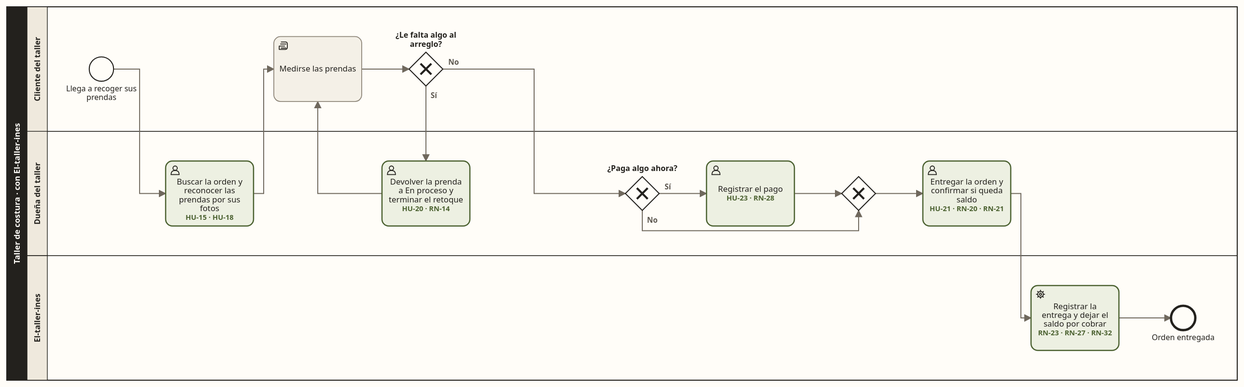
Before: docs/01-problema/procesos/propuesto-3-entrega-y-cobro.svg, a diagram exported from BPMN (Aryannext/El-taller-ines). Its source is kept beside it as docs/01-problema/procesos/propuesto-3-entrega-y-cobro.bpmn. Ids are renumbered.
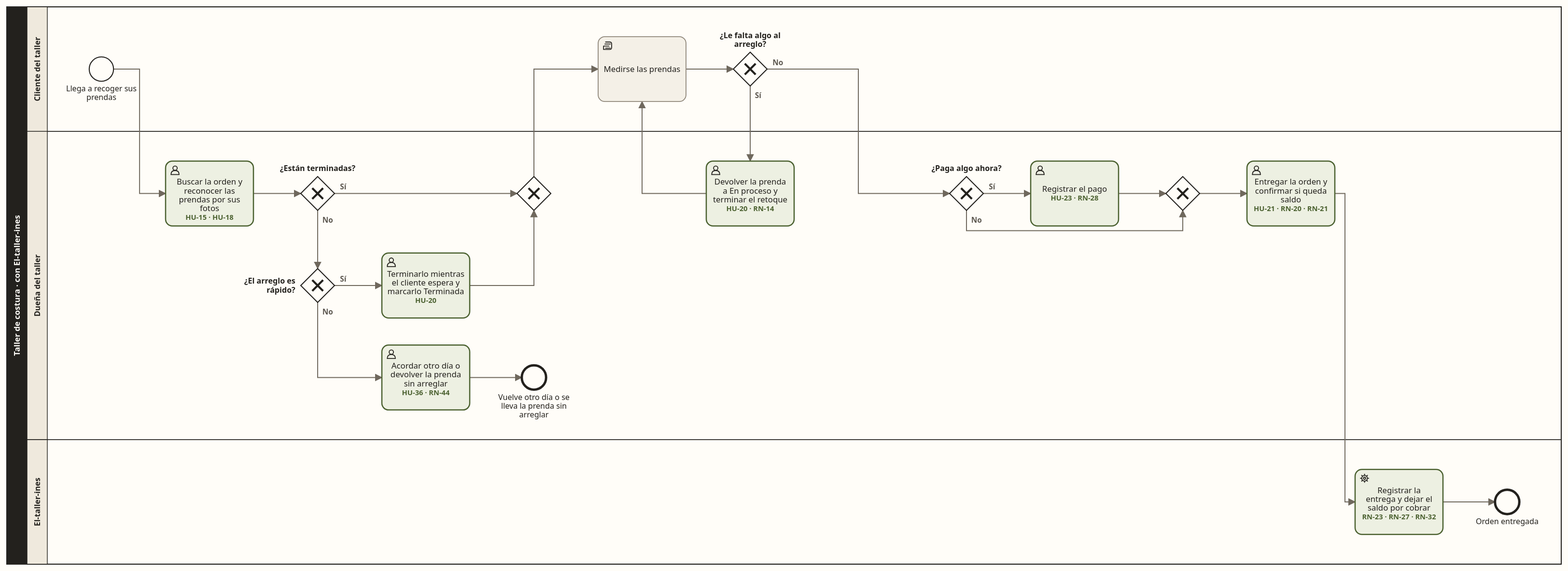
Above is the later version.

The edit, as a diff of the source:
```diff
@@ -11,6 +11,12 @@
       </bpmn:lane>
       <bpmn:lane id="Carril_duena" name="Dueña del taller">
         <bpmn:flowNodeRef>busca</bpmn:flowNodeRef>
+        <bpmn:flowNodeRef>terminadas</bpmn:flowNodeRef>
+        <bpmn:flowNodeRef>rapido</bpmn:flowNodeRef>
+        <bpmn:flowNodeRef>espera</bpmn:flowNodeRef>
+        <bpmn:flowNodeRef>otro_dia</bpmn:flowNodeRef>
+        <bpmn:flowNodeRef>sin_prenda</bpmn:flowNodeRef>
+        <bpmn:flowNodeRef>une</bpmn:flowNodeRef>
         <bpmn:flowNodeRef>retoque</bpmn:flowNodeRef>
         <bpmn:flowNodeRef>paga</bpmn:flowNodeRef>
         <bpmn:flowNodeRef>pago</bpmn:flowNodeRef>
@@ -30,75 +36,110 @@
       <bpmn:incoming>Flujo_0</bpmn:incoming>
       <bpmn:outgoing>Flujo_1</bpmn:outgoing>
     </bpmn:userTask>
+    <bpmn:exclusiveGateway id="terminadas" name="¿Están terminadas?">
+      <bpmn:incoming>Flujo_1</bpmn:incoming>
+      <bpmn:outgoing>Flujo_2</bpmn:outgoing>
+      <bpmn:outgoing>Flujo_3</bpmn:outgoing>
+    </bpmn:exclusiveGateway>
+    <bpmn:exclusiveGateway id="rapido" name="¿El arreglo es rápido?">
+      <bpmn:incoming>Flujo_3</bpmn:incoming>
+      <bpmn:outgoing>Flujo_4</bpmn:outgoing>
+      <bpmn:outgoing>Flujo_5</bpmn:outgoing>
+    </bpmn:exclusiveGateway>
+    <bpmn:userTask id="espera" name="Terminarlo mientras el cliente espera y marcarlo Terminada&#10;HU-20">
+      <bpmn:documentation>HU-20</bpmn:documentation>
+      <bpmn:incoming>Flujo_4</bpmn:incoming>
+      <bpmn:outgoing>Flujo_6</bpmn:outgoing>
+    </bpmn:userTask>
+    <bpmn:userTask id="otro_dia" name="Acordar otro día o devolver la prenda sin arreglar&#10;HU-36 · RN-44">
+      <bpmn:documentation>HU-36 · RN-44</bpmn:documentation>
+      <bpmn:incoming>Flujo_5</bpmn:incoming>
+      <bpmn:outgoing>Flujo_7</bpmn:outgoing>
+    </bpmn:userTask>
+    <bpmn:endEvent id="sin_prenda" name="Vuelve otro día o se lleva la prenda sin arreglar">
+      <bpmn:incoming>Flujo_7</bpmn:incoming>
+    </bpmn:endEvent>
+    <bpmn:exclusiveGateway id="une">
+      <bpmn:incoming>Flujo_2</bpmn:incoming>
+      <bpmn:incoming>Flujo_6</bpmn:incoming>
+      <bpmn:outgoing>Flujo_8</bpmn:outgoing>
+    </bpmn:exclusiveGateway>
     <bpmn:manualTask id="mide" name="Medirse las prendas">
-      <bpmn:incoming>Flujo_1</bpmn:incoming>
-      <bpmn:incoming>Flujo_4</bpmn:incoming>
-      <bpmn:outgoing>Flujo_2</bpmn:outgoing>
+      <bpmn:incoming>Flujo_8</bpmn:incoming>
+      <bpmn:incoming>Flujo_11</bpmn:incoming>
+      <bpmn:outgoing>Flujo_9</bpmn:outgoing>
     </bpmn:manualTask>
     <bpmn:exclusiveGateway id="falta" name="¿Le falta algo al arreglo?">
-      <bpmn:incoming>Flujo_2</bpmn:incoming>
-      <bpmn:outgoing>Flujo_3</bpmn:outgoing>
-      <bpmn:outgoing>Flujo_5</bpmn:outgoing>
+      <bpmn:incoming>Flujo_9</bpmn:incoming>
+      <bpmn:outgoing>Flujo_10</bpmn:outgoing>
+      <bpmn:outgoing>Flujo_12</bpmn:outgoing>
     </bpmn:exclusiveGateway>
     <bpmn:userTask id="retoque" name="Devolver la prenda a En proceso y terminar el retoque&#10;HU-20 · RN-14">
       <bpmn:documentation>HU-20 · RN-14</bpmn:documentation>
-      <bpmn:incoming>Flujo_3</bpmn:incoming>
-      <bpmn:outgoing>Flujo_4</bpmn:outgoing>
+      <bpmn:incoming>Flujo_10</bpmn:incoming>
+      <bpmn:outgoing>Flujo_11</bpmn:outgoing>
     </bpmn:userTask>
     <bpmn:exclusiveGateway id="paga" name="¿Paga algo ahora?">
-      <bpmn:incoming>Flujo_5</bpmn:incoming>
-      <bpmn:outgoing>Flujo_6</bpmn:outgoing>
-      <bpmn:outgoing>Flujo_7</bpmn:outgoing>
+      <bpmn:incoming>Flujo_12</bpmn:incoming>
+      <bpmn:outgoing>Flujo_13</bpmn:outgoing>
+      <bpmn:outgoing>Flujo_14</bpmn:outgoing>
     </bpmn:exclusiveGateway>
     <bpmn:userTask id="pago" name="Registrar el pago&#10;HU-23 · RN-28">
       <bpmn:documentation>HU-23 · RN-28</bpmn:documentation>
-      <bpmn:incoming>Flujo_6</bpmn:incoming>
-      <bpmn:outgoing>Flujo_8</bpmn:outgoing>
+      <bpmn:incoming>Flujo_13</bpmn:incoming>
+      <bpmn:outgoing>Flujo_15</bpmn:outgoing>
     </bpmn:userTask>
     <bpmn:exclusiveGateway id="une_pago">
-      <bpmn:incoming>Flujo_7</bpmn:incoming>
-      <bpmn:incoming>Flujo_8</bpmn:incoming>
-      <bpmn:outgoing>Flujo_9</bpmn:outgoing>
+      <bpmn:incoming>Flujo_14</bpmn:incoming>
+      <bpmn:incoming>Flujo_15</bpmn:incoming>
+      <bpmn:outgoing>Flujo_16</bpmn:outgoing>
     </bpmn:exclusiveGateway>
     <bpmn:userTask id="entrega" name="Entregar la orden y confirmar si queda saldo&#10;HU-21 · RN-20 · RN-21">
       <bpmn:documentation>HU-21 · RN-20 · RN-21</bpmn:documentation>
-      <bpmn:incoming>Flujo_9</bpmn:incoming>
-      <bpmn:outgoing>Flujo_10</bpmn:outgoing>
+      <bpmn:incoming>Flujo_16</bpmn:incoming>
+      <bpmn:outgoing>Flujo_17</bpmn:outgoing>
     </bpmn:userTask>
     <bpmn:serviceTask id="registra" name="Registrar la entrega y dejar el saldo por cobrar&#10;RN-23 · RN-27 · RN-32">
       <bpmn:documentation>RN-23 · RN-27 · RN-32</bpmn:documentation>
-      <bpmn:incoming>Flujo_10</bpmn:incoming>
-      <bpmn:outgoing>Flujo_11</bpmn:outgoing>
+      <bpmn:incoming>Flujo_17</bpmn:incoming>
+      <bpmn:outgoing>Flujo_18</bpmn:outgoing>
     </bpmn:serviceTask>
     <bpmn:endEvent id="fin" name="Orden entregada">
-      <bpmn:incoming>Flujo_11</bpmn:incoming>
+      <bpmn:incoming>Flujo_18</bpmn:incoming>
     </bpmn:endEvent>
     <bpmn:sequenceFlow id="Flujo_0" sourceRef="llega" targetRef="busca" />
-    <bpmn:sequenceFlow id="Flujo_1" sourceRef="busca" targetRef="mide" />
-    <bpmn:sequenceFlow id="Flujo_2" sourceRef="mide" targetRef="falta" />
-    <bpmn:sequenceFlow id="Flujo_3" name="Sí" sourceRef="falta" targetRef="retoque" />
-    <bpmn:sequenceFlow id="Flujo_4" sourceRef="retoque" targetRef="mide" />
-    <bpmn:sequenceFlow id="Flujo_5" name="No" sourceRef="falta" targetRef="paga" />
-    <bpmn:sequenceFlow id="Flujo_6" name="Sí" sourceRef="paga" targetRef="pago" />
-    <bpmn:sequenceFlow id="Flujo_7" name="No" sourceRef="paga" targetRef="une_pago" />
-    <bpmn:sequenceFlow id="Flujo_8" sourceRef="pago" targetRef="une_pago" />
-    <bpmn:sequenceFlow id="Flujo_9" sourceRef="une_pago" targetRef="entrega" />
-    <bpmn:sequenceFlow id="Flujo_10" sourceRef="entrega" targetRef="registra" />
-    <bpmn:sequenceFlow id="Flujo_11" sourceRef="registra" targetRef="fin" />
+    <bpmn:sequenceFlow id="Flujo_1" sourceRef="busca" targetRef="terminadas" />
+    <bpmn:sequenceFlow id="Flujo_2" name="Sí" sourceRef="terminadas" targetRef="une" />
+    <bpmn:sequenceFlow id="Flujo_3" name="No" sourceRef="terminadas" targetRef="rapido" />
+    <bpmn:sequenceFlow id="Flujo_4" name="Sí" sourceRef="rapido" targetRef="espera" />
+    <bpmn:sequenceFlow id="Flujo_5" name="No" sourceRef="rapido" targetRef="otro_dia" />
+    <bpmn:sequenceFlow id="Flujo_6" sourceRef="espera" targetRef="une" />
+    <bpmn:sequenceFlow id="Flujo_7" sourceRef="otro_dia" targetRef="sin_prenda" />
+    <bpmn:sequenceFlow id="Flujo_8" sourceRef="une" targetRef="mide" />
+    <bpmn:sequenceFlow id="Flujo_9" sourceRef="mide" targetRef="falta" />
+    <bpmn:sequenceFlow id="Flujo_10" name="Sí" sourceRef="falta" targetRef="retoque" />
+    <bpmn:sequenceFlow id="Flujo_11" sourceRef="retoque" targetRef="mide" />
+    <bpmn:sequenceFlow id="Flujo_12" name="No" sourceRef="falta" targetRef="paga" />
+    <bpmn:sequenceFlow id="Flujo_13" name="Sí" sourceRef="paga" targetRef="pago" />
+    <bpmn:sequenceFlow id="Flujo_14" name="No" sourceRef="paga" targetRef="une_pago" />
+    <bpmn:sequenceFlow id="Flujo_15" sourceRef="pago" targetRef="une_pago" />
+    <bpmn:sequenceFlow id="Flujo_16" sourceRef="une_pago" targetRef="entrega" />
+    <bpmn:sequenceFlow id="Flujo_17" sourceRef="entrega" targetRef="registra" />
+    <bpmn:sequenceFlow id="Flujo_18" sourceRef="registra" targetRef="fin" />
   </bpmn:process>
   <bpmndi:BPMNDiagram id="Diagrama">
     <bpmndi:BPMNPlane id="Plano" bpmnElement="Colaboracion">
       <bpmndi:BPMNShape id="Participante_di" bpmnElement="Participante" isHorizontal="true">
-        <dc:Bounds x="10" y="10" width="1820" height="552" />
+        <dc:Bounds x="10" y="10" width="2300" height="824" />
       </bpmndi:BPMNShape>
       <bpmndi:BPMNShape id="Carril_cliente_di" bpmnElement="Carril_cliente" isHorizontal="true">
-        <dc:Bounds x="40" y="10" width="1790" height="184" />
+        <dc:Bounds x="40" y="10" width="2270" height="184" />
       </bpmndi:BPMNShape>
       <bpmndi:BPMNShape id="Carril_duena_di" bpmnElement="Carril_duena" isHorizontal="true">
-        <dc:Bounds x="40" y="194" width="1790" height="184" />
+        <dc:Bounds x="40" y="194" width="2270" height="456" />
       </bpmndi:BPMNShape>
       <bpmndi:BPMNShape id="Carril_sistema_di" bpmnElement="Carril_sistema" isHorizontal="true">
-        <dc:Bounds x="40" y="378" width="1790" height="184" />
+        <dc:Bounds x="40" y="650" width="2270" height="184" />
       </bpmndi:BPMNShape>
       <bpmndi:BPMNShape id="llega_di" bpmnElement="llega">
         <dc:Bounds x="132" y="84" width="36" height="36" />
@@ -106,32 +147,50 @@
       <bpmndi:BPMNShape id="busca_di" bpmnElement="busca">
         <dc:Bounds x="245" y="238" width="130" height="96" />
       </bpmndi:BPMNShape>
+      <bpmndi:BPMNShape id="terminadas_di" bpmnElement="terminadas" isMarkerVisible="true">
+        <dc:Bounds x="445" y="261" width="50" height="50" />
+      </bpmndi:BPMNShape>
+      <bpmndi:BPMNShape id="rapido_di" bpmnElement="rapido" isMarkerVisible="true">
+        <dc:Bounds x="445" y="397" width="50" height="50" />
+      </bpmndi:BPMNShape>
+      <bpmndi:BPMNShape id="espera_di" bpmnElement="espera">
+        <dc:Bounds x="565" y="374" width="130" height="96" />
+      </bpmndi:BPMNShape>
+      <bpmndi:BPMNShape id="otro_dia_di" bpmnElement="otro_dia">
+        <dc:Bounds x="565" y="510" width="130" height="96" />
+      </bpmndi:BPMNShape>
+      <bpmndi:BPMNShape id="sin_prenda_di" bpmnElement="sin_prenda">
+        <dc:Bounds x="772" y="540" width="36" height="36" />
+      </bpmndi:BPMNShape>
+      <bpmndi:BPMNShape id="une_di" bpmnElement="une" isMarkerVisible="true">
+        <dc:Bounds x="765" y="261" width="50" height="50" />
+      </bpmndi:BPMNShape>
       <bpmndi:BPMNShape id="mide_di" bpmnElement="mide">
-        <dc:Bounds x="405" y="54" width="130" height="96" />
+        <dc:Bounds x="885" y="54" width="130" height="96" />
       </bpmndi:BPMNShape>
       <bpmndi:BPMNShape id="falta_di" bpmnElement="falta" isMarkerVisible="true">
-        <dc:Bounds x="605" y="77" width="50" height="50" />
+        <dc:Bounds x="1085" y="77" width="50" height="50" />
       </bpmndi:BPMNShape>
       <bpmndi:BPMNShape id="retoque_di" bpmnElement="retoque">
-        <dc:Bounds x="565" y="238" width="130" height="96" />
+        <dc:Bounds x="1045" y="238" width="130" height="96" />
       </bpmndi:BPMNShape>
       <bpmndi:BPMNShape id="paga_di" bpmnElement="paga" isMarkerVisible="true">
-        <dc:Bounds x="925" y="261" width="50" height="50" />
+        <dc:Bounds x="1405" y="261" width="50" height="50" />
       </bpmndi:BPMNShape>
       <bpmndi:BPMNShape id="pago_di" bpmnElement="pago">
-        <dc:Bounds x="1045" y="238" width="130" height="96" />
+        <dc:Bounds x="1525" y="238" width="130" height="96" />
       </bpmndi:BPMNShape>
       <bpmndi:BPMNShape id="une_pago_di" bpmnElement="une_pago" isMarkerVisible="true">
-        <dc:Bounds x="1245" y="261" width="50" height="50" />
+        <dc:Bounds x="1725" y="261" width="50" height="50" />
       </bpmndi:BPMNShape>
       <bpmndi:BPMNShape id="entrega_di" bpmnElement="entrega">
-        <dc:Bounds x="1365" y="238" width="130" height="96" />
+        <dc:Bounds x="1845" y="238" width="130" height="96" />
       </bpmndi:BPMNShape>
       <bpmndi:BPMNShape id="registra_di" bpmnElement="registra">
-        <dc:Bounds x="1525" y="422" width="130" height="96" />
+        <dc:Bounds x="2005" y="694" width="130" height="96" />
       </bpmndi:BPMNShape>
       <bpmndi:BPMNShape id="fin_di" bpmnElement="fin">
-        <dc:Bounds x="1732" y="452" width="36" height="36" />
+        <dc:Bounds x="2212" y="724" width="36" height="36" />
       </bpmndi:BPMNShape>
       <bpmndi:BPMNEdge id="Flujo_0_di" bpmnElement="Flujo_0">
         <di:waypoint x="168" y="102" />
@@ -141,68 +200,109 @@
       </bpmndi:BPMNEdge>
       <bpmndi:BPMNEdge id="Flujo_1_di" bpmnElement="Flujo_1">
         <di:waypoint x="375" y="286" />
-        <di:waypoint x="390" y="286" />
-        <di:waypoint x="390" y="102" />
-        <di:waypoint x="405" y="102" />
+        <di:waypoint x="445" y="286" />
       </bpmndi:BPMNEdge>
       <bpmndi:BPMNEdge id="Flujo_2_di" bpmnElement="Flujo_2">
-        <di:waypoint x="535" y="102" />
-        <di:waypoint x="605" y="102" />
+        <di:waypoint x="495" y="286" />
+        <di:waypoint x="765" y="286" />
+        <bpmndi:BPMNLabel>
+          <dc:Bounds x="503" y="268" width="22" height="14" />
+        </bpmndi:BPMNLabel>
       </bpmndi:BPMNEdge>
       <bpmndi:BPMNEdge id="Flujo_3_di" bpmnElement="Flujo_3">
-        <di:waypoint x="630" y="127" />
-        <di:waypoint x="630" y="238" />
+        <di:waypoint x="470" y="311" />
+        <di:waypoint x="470" y="397" />
         <bpmndi:BPMNLabel>
-          <dc:Bounds x="637" y="133" width="22" height="14" />
+          <dc:Bounds x="477" y="317" width="22" height="14" />
         </bpmndi:BPMNLabel>
       </bpmndi:BPMNEdge>
       <bpmndi:BPMNEdge id="Flujo_4_di" bpmnElement="Flujo_4">
-        <di:waypoint x="565" y="286" />
-        <di:waypoint x="470" y="286" />
-        <di:waypoint x="470" y="150" />
+        <di:waypoint x="495" y="422" />
+        <di:waypoint x="565" y="422" />
+        <bpmndi:BPMNLabel>
+          <dc:Bounds x="503" y="404" width="22" height="14" />
+        </bpmndi:BPMNLabel>
       </bpmndi:BPMNEdge>
       <bpmndi:BPMNEdge id="Flujo_5_di" bpmnElement="Flujo_5">
-        <di:waypoint x="655" y="102" />
-        <di:waypoint x="790" y="102" />
-        <di:waypoint x="790" y="286" />
-        <di:waypoint x="925" y="286" />
+        <di:waypoint x="470" y="447" />
+        <di:waypoint x="470" y="558" />
+        <di:waypoint x="565" y="558" />
         <bpmndi:BPMNLabel>
-          <dc:Bounds x="663" y="84" width="22" height="14" />
+          <dc:Bounds x="477" y="453" width="22" height="14" />
         </bpmndi:BPMNLabel>
       </bpmndi:BPMNEdge>
       <bpmndi:BPMNEdge id="Flujo_6_di" bpmnElement="Flujo_6">
-        <di:waypoint x="975" y="286" />
-        <di:waypoint x="1045" y="286" />
+        <di:waypoint x="695" y="422" />
+        <di:waypoint x="790" y="422" />
+        <di:waypoint x="790" y="311" />
+      </bpmndi:BPMNEdge>
+      <bpmndi:BPMNEdge id="Flujo_7_di" bpmnElement="Flujo_7">
+        <di:waypoint x="695" y="558" />
+        <di:waypoint x="772" y="558" />
+      </bpmndi:BPMNEdge>
+      <bpmndi:BPMNEdge id="Flujo_8_di" bpmnElement="Flujo_8">
+        <di:waypoint x="790" y="261" />
+        <di:waypoint x="790" y="102" />
+        <di:waypoint x="885" y="102" />
+      </bpmndi:BPMNEdge>
+      <bpmndi:BPMNEdge id="Flujo_9_di" bpmnElement="Flujo_9">
+        <di:waypoint x="1015" y="102" />
+        <di:waypoint x="1085" y="102" />
+      </bpmndi:BPMNEdge>
+      <bpmndi:BPMNEdge id="Flujo_10_di" bpmnElement="Flujo_10">
+        <di:waypoint x="1110" y="127" />
+        <di:waypoint x="1110" y="238" />
         <bpmndi:BPMNLabel>
-          <dc:Bounds x="983" y="268" width="22" height="14" />
+          <dc:Bounds x="1117" y="133" width="22" height="14" />
         </bpmndi:BPMNLabel>
       </bpmndi:BPMNEdge>
-      <bpmndi:BPMNEdge id="Flujo_7_di" bpmnElement="Flujo_7">
-        <di:waypoint x="950" y="311" />
-        <di:waypoint x="950" y="341" />
-        <di:waypoint x="1270" y="341" />
-        <di:waypoint x="1270" y="311" />
+      <bpmndi:BPMNEdge id="Flujo_11_di" bpmnElement="Flujo_11">
+        <di:waypoint x="1045" y="286" />
+        <di:waypoint x="950" y="286" />
+        <di:waypoint x="950" y="150" />
+      </bpmndi:BPMNEdge>
+      <bpmndi:BPMNEdge id="Flujo_12_di" bpmnElement="Flujo_12">
+        <di:waypoint x="1135" y="102" />
+        <di:waypoint x="1270" y="102" />
+        <di:waypoint x="1270" y="286" />
+        <di:waypoint x="1405" y="286" />
         <bpmndi:BPMNLabel>
-          <dc:Bounds x="957" y="317" width="22" height="14" />
+          <dc:Bounds x="1143" y="84" width="22" height="14" />
         </bpmndi:BPMNLabel>
       </bpmndi:BPMNEdge>
-      <bpmndi:BPMNEdge id="Flujo_8_di" bpmnElement="Flujo_8">
-        <di:waypoint x="1175" y="286" />
-        <di:waypoint x="1245" y="286" />
+      <bpmndi:BPMNEdge id="Flujo_13_di" bpmnElement="Flujo_13">
+        <di:waypoint x="1455" y="286" />
+        <di:waypoint x="1525" y="286" />
+        <bpmndi:BPMNLabel>
+          <dc:Bounds x="1463" y="268" width="22" height="14" />
+        </bpmndi:BPMNLabel>
       </bpmndi:BPMNEdge>
-      <bpmndi:BPMNEdge id="Flujo_9_di" bpmnElement="Flujo_9">
-        <di:waypoint x="1295" y="286" />
-        <di:waypoint x="1365" y="286" />
+      <bpmndi:BPMNEdge id="Flujo_14_di" bpmnElement="Flujo_14">
+        <di:waypoint x="1430" y="311" />
+        <di:waypoint x="1430" y="341" />
+        <di:waypoint x="1750" y="341" />
+        <di:waypoint x="1750" y="311" />
+        <bpmndi:BPMNLabel>
+          <dc:Bounds x="1437" y="317" width="22" height="14" />
+        </bpmndi:BPMNLabel>
       </bpmndi:BPMNEdge>
-      <bpmndi:BPMNEdge id="Flujo_10_di" bpmnElement="Flujo_10">
-        <di:waypoint x="1495" y="286" />
-        <di:waypoint x="1510" y="286" />
-        <di:waypoint x="1510" y="470" />
-        <di:waypoint x="1525" y="470" />
+      <bpmndi:BPMNEdge id="Flujo_15_di" bpmnElement="Flujo_15">
+        <di:waypoint x="1655" y="286" />
+        <di:waypoint x="1725" y="286" />
       </bpmndi:BPMNEdge>
-      <bpmndi:BPMNEdge id="Flujo_11_di" bpmnElement="Flujo_11">
-        <di:waypoint x="1655" y="470" />
-        <di:waypoint x="1732" y="470" />
+      <bpmndi:BPMNEdge id="Flujo_16_di" bpmnElement="Flujo_16">
+        <di:waypoint x="1775" y="286" />
+        <di:waypoint x="1845" y="286" />
+      </bpmndi:BPMNEdge>
+      <bpmndi:BPMNEdge id="Flujo_17_di" bpmnElement="Flujo_17">
+        <di:waypoint x="1975" y="286" />
+        <di:waypoint x="1990" y="286" />
+        <di:waypoint x="1990" y="742" />
+        <di:waypoint x="2005" y="742" />
+      </bpmndi:BPMNEdge>
+      <bpmndi:BPMNEdge id="Flujo_18_di" bpmnElement="Flujo_18">
+        <di:waypoint x="2135" y="742" />
+        <di:waypoint x="2212" y="742" />
       </bpmndi:BPMNEdge>
     </bpmndi:BPMNPlane>
   </bpmndi:BPMNDiagram>
```
